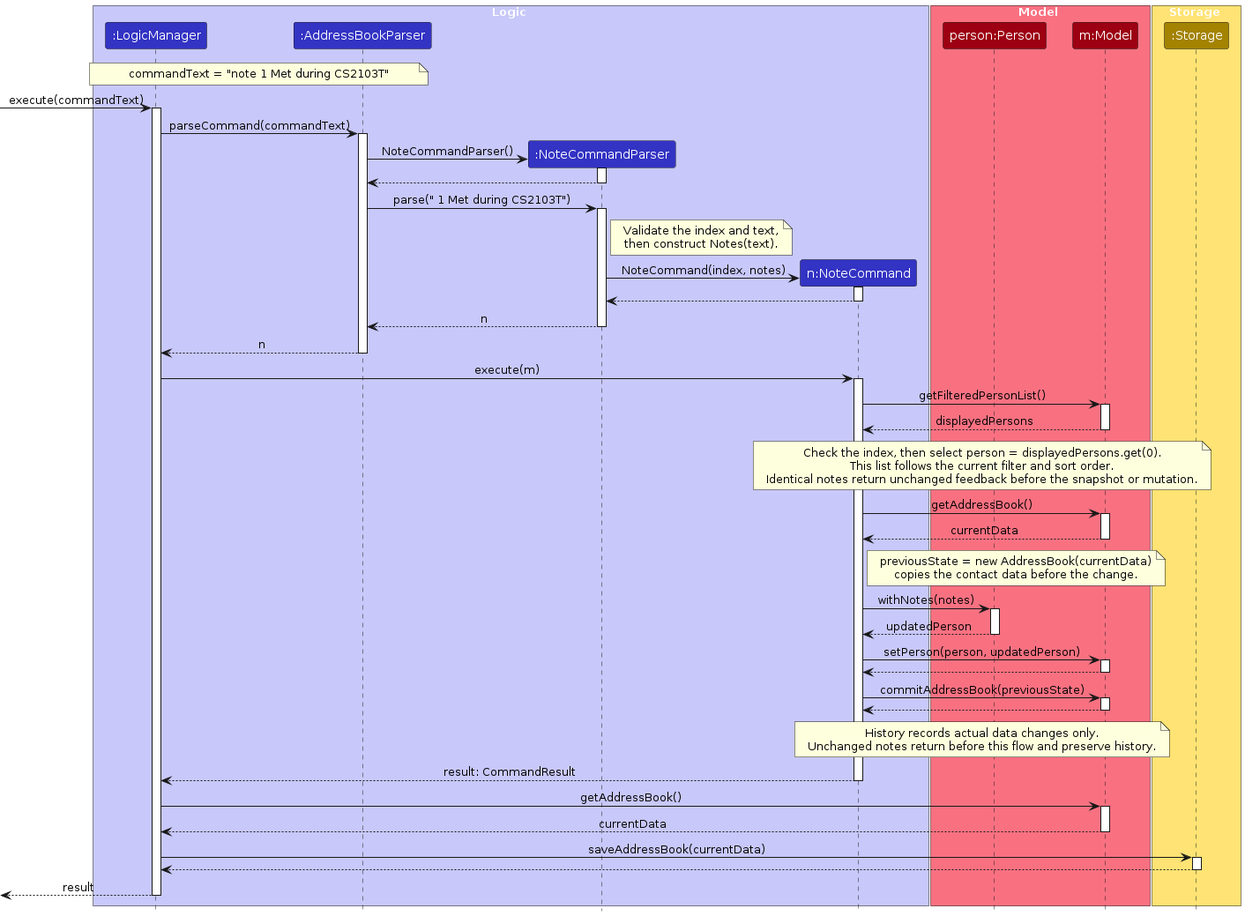
Before: diagrams/NoteSequenceDiagram.png, a diagram exported from PlantUML (AY2627S1-CS2103T-F15-3/tp). Its source is kept beside it as diagrams/NoteSequenceDiagram.puml.
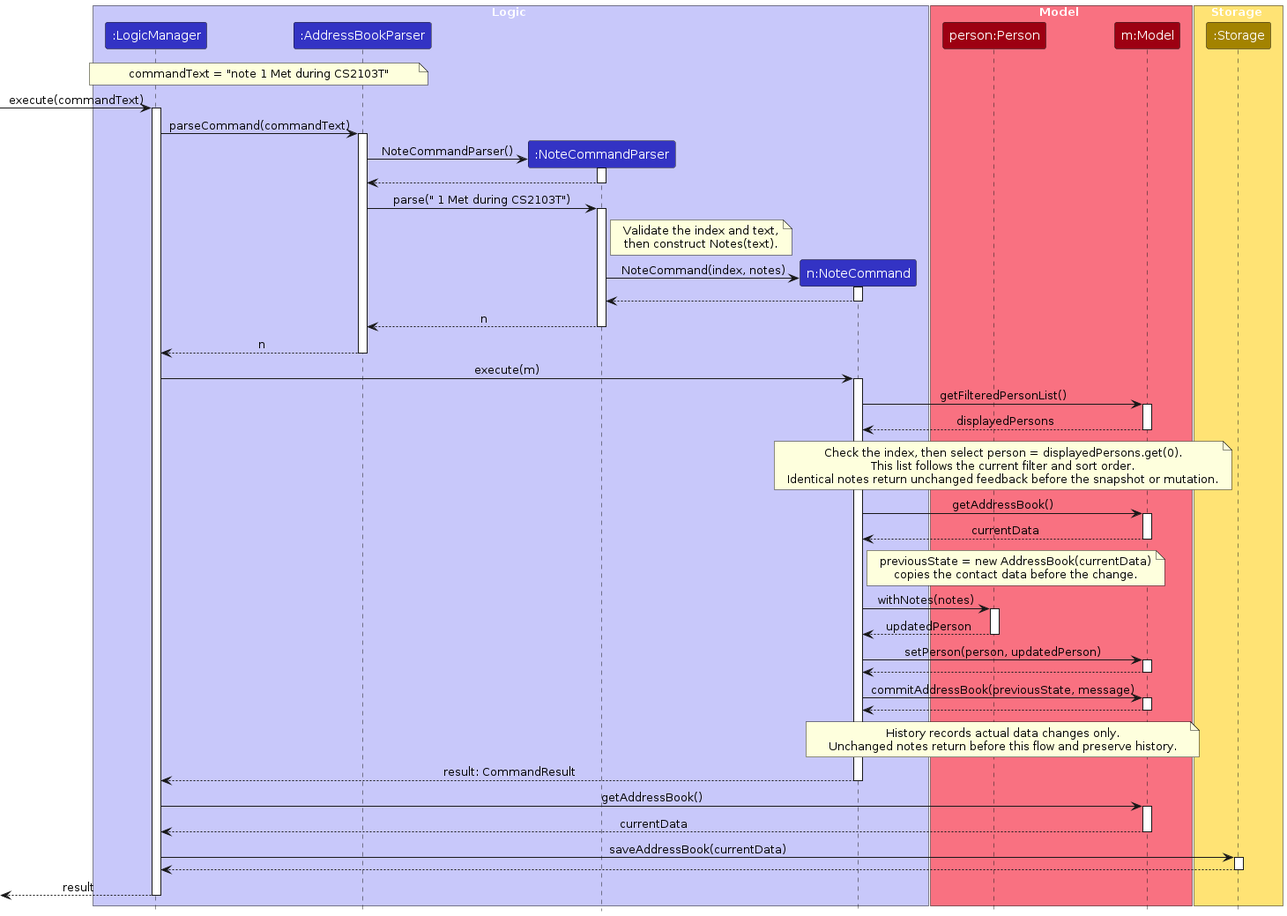
The same file after the commit.

Diff of the diagram source:
```diff
@@ -80,7 +80,7 @@
 Model --> NoteCommand
 deactivate Model
 
-NoteCommand -> Model : commitAddressBook(previousState)
+NoteCommand -> Model : commitAddressBook(previousState, message)
 activate Model
 Model --> NoteCommand
 deactivate Model
```
